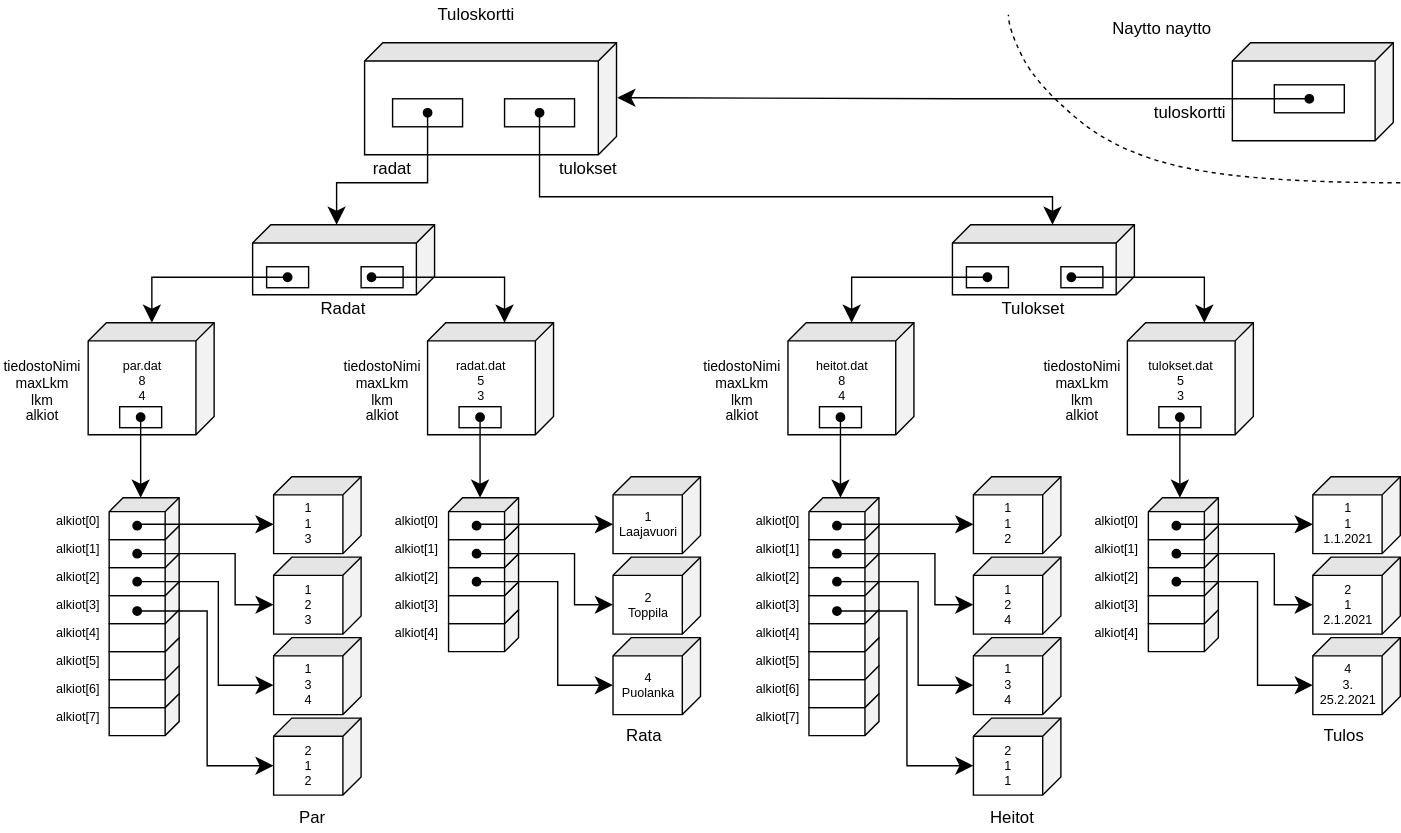
Before: kuvat/ht_datarakenne.svg, a diagram exported from draw.io (peetutah/ohj2). Source tidied: cells renumbered, new cells last; positions are measured from the earlier drawing's top-left corner, leaving out a move shared by most shapes.
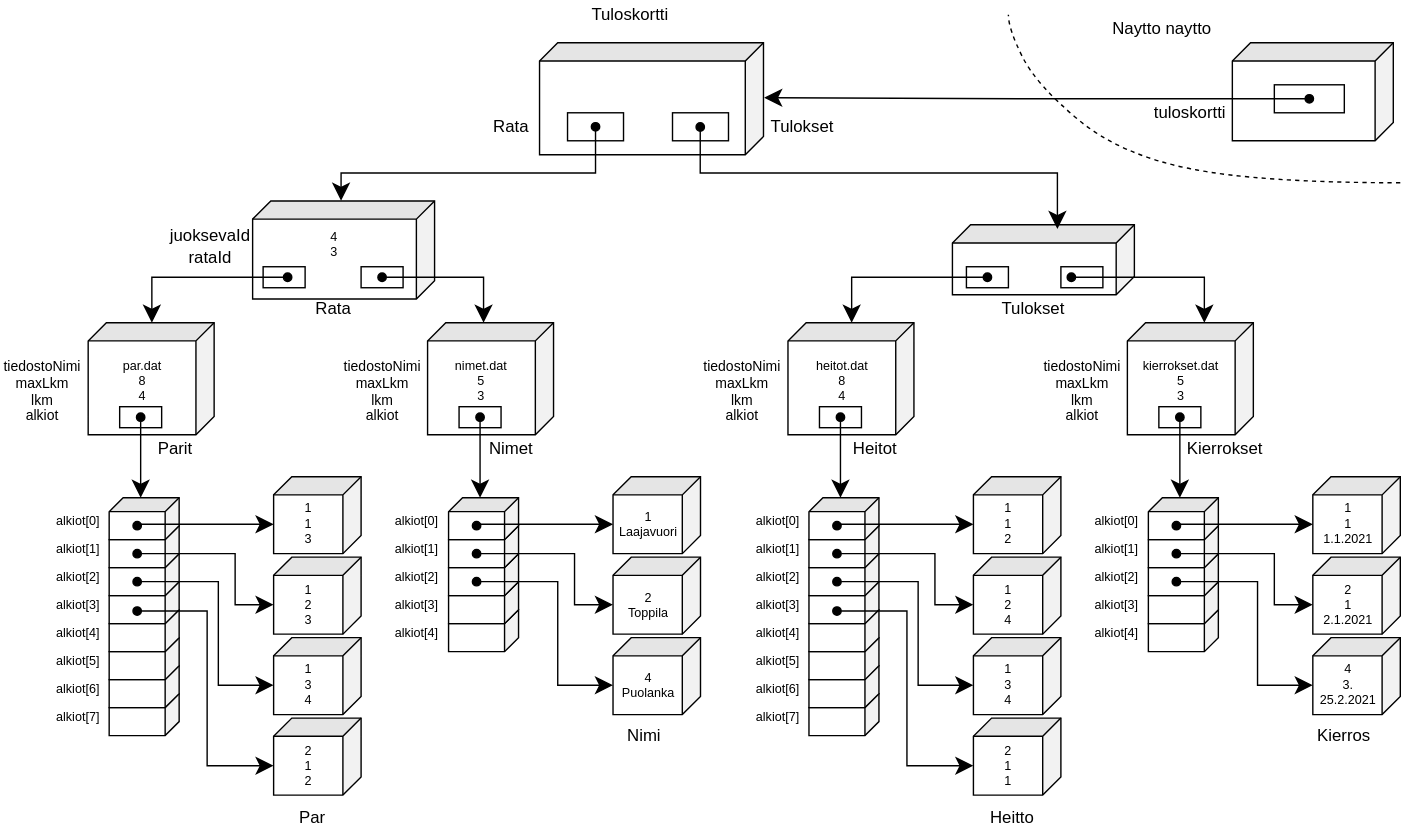
After the commit.

Commit message:
päivitetty tietorakennekuvaa

Change to the diagram source:
```diff
@@ -8,8 +8,8 @@
     <mxCell id="3" value="1&lt;br&gt;3&lt;br&gt;4" style="shape=cube;whiteSpace=wrap;html=1;boundedLbl=1;backgroundOutline=1;darkOpacity=0.05;darkOpacity2=0.1;rounded=1;shadow=0;glass=0;comic=0;fillColor=#ffffff;gradientColor=none;fontSize=9;fontColor=#000000;align=center;noLabel=0;perimeter=rectanglePerimeter;direction=south;size=13;" parent="1" vertex="1">
       <mxGeometry x="195" y="455" width="62.5" height="55" as="geometry" />
     </mxCell>
-    <mxCell id="4" style="shape=cube;whiteSpace=wrap;html=1;boundedLbl=1;backgroundOutline=1;darkOpacity=0.05;darkOpacity2=0.1;rounded=1;shadow=0;glass=0;comic=0;fillColor=#ffffff;gradientColor=none;fontSize=9;fontColor=#000000;align=center;noLabel=0;perimeter=rectanglePerimeter;direction=south;size=13;" parent="1" vertex="1">
-      <mxGeometry x="180" y="160" width="130" height="50" as="geometry" />
+    <mxCell id="4" value="&lt;div&gt;4&lt;/div&gt;&lt;div&gt;3&lt;/div&gt;&lt;div&gt;&lt;br&gt;&lt;/div&gt;&lt;div&gt;&lt;br&gt;&lt;/div&gt;" style="shape=cube;whiteSpace=wrap;html=1;boundedLbl=1;backgroundOutline=1;darkOpacity=0.05;darkOpacity2=0.1;rounded=1;shadow=0;glass=0;comic=0;fillColor=#ffffff;gradientColor=none;fontSize=9;fontColor=#000000;align=center;noLabel=0;perimeter=rectanglePerimeter;direction=south;size=13;" parent="1" vertex="1">
+      <mxGeometry x="180" y="143" width="130" height="70" as="geometry" />
     </mxCell>
     <mxCell id="5" style="shape=cube;whiteSpace=wrap;html=1;boundedLbl=1;backgroundOutline=1;darkOpacity=0.05;darkOpacity2=0.1;rounded=1;shadow=0;glass=0;comic=0;fillColor=#ffffff;gradientColor=none;fontSize=9;fontColor=#000000;align=center;noLabel=0;perimeter=rectanglePerimeter;direction=south;size=10;" parent="1" vertex="1">
       <mxGeometry x="77.5" y="495" width="50" height="30" as="geometry" />
@@ -33,35 +33,14 @@
       <mxGeometry x="77.5" y="375" width="50" height="30" as="geometry" />
     </mxCell>
     <mxCell id="12" style="shape=cube;whiteSpace=wrap;html=1;boundedLbl=1;backgroundOutline=1;darkOpacity=0.05;darkOpacity2=0.1;rounded=1;shadow=0;glass=0;comic=0;fillColor=#ffffff;gradientColor=none;fontSize=9;fontColor=#000000;align=center;noLabel=0;perimeter=rectanglePerimeter;direction=south;size=13;" parent="1" vertex="1">
-      <mxGeometry x="260" y="30" width="180" height="80" as="geometry" />
+      <mxGeometry x="385" y="30" width="160" height="80" as="geometry" />
     </mxCell>
     <mxCell id="13" value="Tuloskortti" style="text;html=1;strokeColor=none;fillColor=none;align=center;verticalAlign=middle;whiteSpace=wrap;rounded=0;" parent="1" vertex="1">
-      <mxGeometry x="320" width="40" height="20" as="geometry" />
+      <mxGeometry x="430" width="40" height="20" as="geometry" />
     </mxCell>
     <mxCell id="14" style="rounded=0;whiteSpace=wrap;html=1;" parent="1" vertex="1">
-      <mxGeometry x="280" y="70" width="50" height="20" as="geometry" />
+      <mxGeometry x="405" y="80" width="40" height="20" as="geometry" />
     </mxCell>
-    <mxCell id="15" style="rounded=0;whiteSpace=wrap;html=1;" parent="1" vertex="1">
-      <mxGeometry x="360" y="70" width="50" height="20" as="geometry" />
-    </mxCell>
-    <mxCell id="16" style="edgeStyle=orthogonalEdgeStyle;rounded=0;html=1;jettySize=auto;endSize=10;startArrow=oval;startFill=1;entryX=0;entryY=0;entryDx=0;entryDy=58.5;entryPerimeter=0;" parent="1" edge="1" target="80">
-      <mxGeometry relative="1" as="geometry">
-        <mxPoint x="385" y="80" as="sourcePoint" />
-        <Array as="points">
-          <mxPoint x="385" y="140" />
-          <mxPoint x="752" y="140" />
-        </Array>
-      </mxGeometry>
-    </mxCell>
-    <mxCell id="17" style="edgeStyle=orthogonalEdgeStyle;rounded=0;html=1;jettySize=auto;endSize=10;startArrow=oval;startFill=1;exitX=0.5;exitY=0.5;exitDx=0;exitDy=0;exitPerimeter=0;" parent="1" edge="1" source="14">
-      <mxGeometry relative="1" as="geometry">
-        <mxPoint x="240" y="160" as="targetPoint" />
-        <Array as="points">
-          <mxPoint x="305" y="130" />
-          <mxPoint x="240" y="130" />
-        </Array>
-      </mxGeometry>
-    </mxCell>
     <mxCell id="18" style="shape=cube;whiteSpace=wrap;html=1;boundedLbl=1;backgroundOutline=1;darkOpacity=0.05;darkOpacity2=0.1;rounded=1;shadow=0;glass=0;comic=0;fillColor=#ffffff;gradientColor=none;fontSize=9;fontColor=#000000;align=center;noLabel=0;perimeter=rectanglePerimeter;direction=south;size=10;" parent="1" vertex="1">
       <mxGeometry x="77.5" y="355" width="50" height="30" as="geometry" />
     </mxCell>
@@ -88,12 +67,6 @@
     <mxCell id="25" value="tuloskortti" style="text;html=1;strokeColor=none;fillColor=none;align=center;verticalAlign=middle;whiteSpace=wrap;rounded=0;" parent="1" vertex="1">
       <mxGeometry x="830" y="70" width="40" height="20" as="geometry" />
     </mxCell>
-    <mxCell id="26" value="radat" style="text;html=1;strokeColor=none;fillColor=none;align=center;verticalAlign=middle;whiteSpace=wrap;rounded=0;" parent="1" vertex="1">
-      <mxGeometry x="260" y="110" width="40" height="20" as="geometry" />
-    </mxCell>
-    <mxCell id="27" value="tulokset&lt;br&gt;" style="text;html=1;strokeColor=none;fillColor=none;align=center;verticalAlign=middle;whiteSpace=wrap;rounded=0;" parent="1" vertex="1">
-      <mxGeometry x="385" y="110" width="70" height="20" as="geometry" />
-    </mxCell>
     <mxCell id="28" style="curved=1;endArrow=none;html=1;fontSize=9;fontColor=#000000;dashed=1;endFill=0;" parent="1" edge="1">
       <mxGeometry relative="1" as="geometry">
         <mxPoint x="1000" y="130" as="sourcePoint" />
@@ -110,31 +83,15 @@
     <mxCell id="29" value="par.dat&lt;br&gt;8&lt;br&gt;4&lt;br&gt;&lt;br&gt;" style="shape=cube;whiteSpace=wrap;html=1;boundedLbl=1;backgroundOutline=1;darkOpacity=0.05;darkOpacity2=0.1;rounded=1;shadow=0;glass=0;comic=0;fillColor=#ffffff;gradientColor=none;fontSize=9;fontColor=#000000;align=center;noLabel=0;perimeter=rectanglePerimeter;direction=south;size=13;" parent="1" vertex="1">
       <mxGeometry x="62.5" y="230" width="90" height="80" as="geometry" />
     </mxCell>
-    <mxCell id="30" value="Radat" style="text;html=1;strokeColor=none;fillColor=none;align=center;verticalAlign=middle;whiteSpace=wrap;rounded=0;" parent="1" vertex="1">
-      <mxGeometry x="225" y="210" width="40" height="20" as="geometry" />
+    <mxCell id="30" value="&lt;div&gt;Rata&lt;/div&gt;" style="text;html=1;strokeColor=none;fillColor=none;align=center;verticalAlign=middle;whiteSpace=wrap;rounded=0;" parent="1" vertex="1">
+      <mxGeometry x="217.5" y="210" width="40" height="20" as="geometry" />
     </mxCell>
     <mxCell id="31" style="rounded=0;whiteSpace=wrap;html=1;shadow=0;glass=0;comic=0;fontSize=10;align=left;fillColor=#ffffff;strokeColor=#000000;" parent="1" vertex="1">
-      <mxGeometry x="190" y="190" width="30" height="15" as="geometry" />
+      <mxGeometry x="187.5" y="190" width="30" height="15" as="geometry" />
     </mxCell>
-    <mxCell id="32" style="edgeStyle=orthogonalEdgeStyle;rounded=0;html=1;jettySize=auto;endSize=10;startArrow=oval;startFill=1;" parent="1" edge="1" target="29">
-      <mxGeometry relative="1" as="geometry">
-        <mxPoint x="205" y="197.5" as="sourcePoint" />
-        <Array as="points">
-          <mxPoint x="108" y="198" />
-        </Array>
-      </mxGeometry>
-    </mxCell>
     <mxCell id="33" style="rounded=0;whiteSpace=wrap;html=1;shadow=0;glass=0;comic=0;fontSize=10;align=left;fillColor=#ffffff;strokeColor=#000000;" parent="1" vertex="1">
       <mxGeometry x="257.5" y="190" width="30" height="15" as="geometry" />
     </mxCell>
-    <mxCell id="34" style="edgeStyle=orthogonalEdgeStyle;rounded=0;html=1;jettySize=auto;endSize=10;startArrow=oval;startFill=1;entryX=0;entryY=0.389;entryDx=0;entryDy=0;entryPerimeter=0;" parent="1" edge="1" target="62">
-      <mxGeometry relative="1" as="geometry">
-        <mxPoint x="265" y="197.5" as="sourcePoint" />
-        <Array as="points">
-          <mxPoint x="360" y="198" />
-        </Array>
-      </mxGeometry>
-    </mxCell>
     <mxCell id="35" value="1&lt;br&gt;2&lt;br&gt;3" style="shape=cube;whiteSpace=wrap;html=1;boundedLbl=1;backgroundOutline=1;darkOpacity=0.05;darkOpacity2=0.1;rounded=1;shadow=0;glass=0;comic=0;fillColor=#ffffff;gradientColor=none;fontSize=9;fontColor=#000000;align=center;noLabel=0;perimeter=rectanglePerimeter;direction=south;size=13;" parent="1" vertex="1">
       <mxGeometry x="195" y="397.5" width="62.5" height="55" as="geometry" />
     </mxCell>
@@ -244,10 +201,10 @@
     <mxCell id="60" value="1&lt;br&gt;Laajavuori" style="shape=cube;whiteSpace=wrap;html=1;boundedLbl=1;backgroundOutline=1;darkOpacity=0.05;darkOpacity2=0.1;rounded=1;shadow=0;glass=0;comic=0;fillColor=#ffffff;gradientColor=none;fontSize=9;fontColor=#000000;align=center;noLabel=0;perimeter=rectanglePerimeter;direction=south;size=13;" parent="1" vertex="1">
       <mxGeometry x="437.5" y="340" width="62.5" height="55" as="geometry" />
     </mxCell>
-    <mxCell id="61" value="Rata" style="text;html=1;strokeColor=none;fillColor=none;align=center;verticalAlign=middle;whiteSpace=wrap;rounded=0;" parent="1" vertex="1">
+    <mxCell id="61" value="Nimi" style="text;html=1;strokeColor=none;fillColor=none;align=center;verticalAlign=middle;whiteSpace=wrap;rounded=0;" parent="1" vertex="1">
       <mxGeometry x="440" y="515" width="40" height="20" as="geometry" />
     </mxCell>
-    <mxCell id="62" value="radat.dat&lt;br&gt;5&lt;br&gt;3&lt;br&gt;&lt;br&gt;" style="shape=cube;whiteSpace=wrap;html=1;boundedLbl=1;backgroundOutline=1;darkOpacity=0.05;darkOpacity2=0.1;rounded=1;shadow=0;glass=0;comic=0;fillColor=#ffffff;gradientColor=none;fontSize=9;fontColor=#000000;align=center;noLabel=0;perimeter=rectanglePerimeter;direction=south;size=13;" parent="1" vertex="1">
+    <mxCell id="62" value="nimet.dat&lt;br&gt;5&lt;br&gt;3&lt;br&gt;&lt;br&gt;" style="shape=cube;whiteSpace=wrap;html=1;boundedLbl=1;backgroundOutline=1;darkOpacity=0.05;darkOpacity2=0.1;rounded=1;shadow=0;glass=0;comic=0;fillColor=#ffffff;gradientColor=none;fontSize=9;fontColor=#000000;align=center;noLabel=0;perimeter=rectanglePerimeter;direction=south;size=13;" parent="1" vertex="1">
       <mxGeometry x="305" y="230" width="90" height="80" as="geometry" />
     </mxCell>
     <mxCell id="63" value="2&lt;br&gt;Toppila" style="shape=cube;whiteSpace=wrap;html=1;boundedLbl=1;backgroundOutline=1;darkOpacity=0.05;darkOpacity2=0.1;rounded=1;shadow=0;glass=0;comic=0;fillColor=#ffffff;gradientColor=none;fontSize=9;fontColor=#000000;align=center;noLabel=0;perimeter=rectanglePerimeter;direction=south;size=13;" parent="1" vertex="1">
@@ -355,7 +312,7 @@
     <mxCell id="89" value="1&lt;br&gt;1&lt;br&gt;2" style="shape=cube;whiteSpace=wrap;html=1;boundedLbl=1;backgroundOutline=1;darkOpacity=0.05;darkOpacity2=0.1;rounded=1;shadow=0;glass=0;comic=0;fillColor=#ffffff;gradientColor=none;fontSize=9;fontColor=#000000;align=center;noLabel=0;perimeter=rectanglePerimeter;direction=south;size=13;" parent="1" vertex="1">
       <mxGeometry x="695" y="340" width="62.5" height="55" as="geometry" />
     </mxCell>
-    <mxCell id="90" value="Heitot" style="text;html=1;strokeColor=none;fillColor=none;align=center;verticalAlign=middle;whiteSpace=wrap;rounded=0;" parent="1" vertex="1">
+    <mxCell id="90" value="Heitto" style="text;html=1;strokeColor=none;fillColor=none;align=center;verticalAlign=middle;whiteSpace=wrap;rounded=0;" parent="1" vertex="1">
       <mxGeometry x="702.5" y="574" width="40" height="20" as="geometry" />
     </mxCell>
     <mxCell id="91" value="heitot.dat&lt;br&gt;8&lt;br&gt;4&lt;br&gt;&lt;br&gt;" style="shape=cube;whiteSpace=wrap;html=1;boundedLbl=1;backgroundOutline=1;darkOpacity=0.05;darkOpacity2=0.1;rounded=1;shadow=0;glass=0;comic=0;fillColor=#ffffff;gradientColor=none;fontSize=9;fontColor=#000000;align=center;noLabel=0;perimeter=rectanglePerimeter;direction=south;size=13;" parent="1" vertex="1">
@@ -495,10 +452,10 @@
     <mxCell id="122" value="1&lt;br&gt;1&lt;br&gt;1.1.2021" style="shape=cube;whiteSpace=wrap;html=1;boundedLbl=1;backgroundOutline=1;darkOpacity=0.05;darkOpacity2=0.1;rounded=1;shadow=0;glass=0;comic=0;fillColor=#ffffff;gradientColor=none;fontSize=9;fontColor=#000000;align=center;noLabel=0;perimeter=rectanglePerimeter;direction=south;size=13;" parent="1" vertex="1">
       <mxGeometry x="937.5" y="340" width="62.5" height="55" as="geometry" />
     </mxCell>
-    <mxCell id="123" value="Tulos" style="text;html=1;strokeColor=none;fillColor=none;align=center;verticalAlign=middle;whiteSpace=wrap;rounded=0;" parent="1" vertex="1">
+    <mxCell id="123" value="Kierros" style="text;html=1;strokeColor=none;fillColor=none;align=center;verticalAlign=middle;whiteSpace=wrap;rounded=0;" parent="1" vertex="1">
       <mxGeometry x="940" y="515" width="40" height="20" as="geometry" />
     </mxCell>
-    <mxCell id="124" value="tulokset.dat&lt;br&gt;5&lt;br&gt;3&lt;br&gt;&lt;br&gt;" style="shape=cube;whiteSpace=wrap;html=1;boundedLbl=1;backgroundOutline=1;darkOpacity=0.05;darkOpacity2=0.1;rounded=1;shadow=0;glass=0;comic=0;fillColor=#ffffff;gradientColor=none;fontSize=9;fontColor=#000000;align=center;noLabel=0;perimeter=rectanglePerimeter;direction=south;size=13;" parent="1" vertex="1">
+    <mxCell id="124" value="kierrokset.dat&lt;br&gt;5&lt;br&gt;3&lt;br&gt;&lt;br&gt;" style="shape=cube;whiteSpace=wrap;html=1;boundedLbl=1;backgroundOutline=1;darkOpacity=0.05;darkOpacity2=0.1;rounded=1;shadow=0;glass=0;comic=0;fillColor=#ffffff;gradientColor=none;fontSize=9;fontColor=#000000;align=center;noLabel=0;perimeter=rectanglePerimeter;direction=south;size=13;" parent="1" vertex="1">
       <mxGeometry x="805" y="230" width="90" height="80" as="geometry" />
     </mxCell>
     <mxCell id="125" value="2&lt;br&gt;1&lt;br&gt;2.1.2021" style="shape=cube;whiteSpace=wrap;html=1;boundedLbl=1;backgroundOutline=1;darkOpacity=0.05;darkOpacity2=0.1;rounded=1;shadow=0;glass=0;comic=0;fillColor=#ffffff;gradientColor=none;fontSize=9;fontColor=#000000;align=center;noLabel=0;perimeter=rectanglePerimeter;direction=south;size=13;" parent="1" vertex="1">
@@ -570,5 +527,69 @@
     <mxCell id="139" value="&lt;font size=&quot;1&quot;&gt;alkiot&lt;/font&gt;" style="text;html=1;strokeColor=none;fillColor=none;align=center;verticalAlign=middle;whiteSpace=wrap;rounded=0;" parent="1" vertex="1">
       <mxGeometry x="742.5" y="290" width="60" height="12" as="geometry" />
     </mxCell>
+    <mxCell id="140" value="Parit" style="text;html=1;strokeColor=none;fillColor=none;align=center;verticalAlign=middle;whiteSpace=wrap;rounded=0;" parent="1" vertex="1">
+      <mxGeometry x="105" y="310" width="40" height="20" as="geometry" />
+    </mxCell>
+    <mxCell id="141" value="Nimet" style="text;html=1;strokeColor=none;fillColor=none;align=center;verticalAlign=middle;whiteSpace=wrap;rounded=0;" parent="1" vertex="1">
+      <mxGeometry x="345" y="310" width="40" height="20" as="geometry" />
+    </mxCell>
+    <mxCell id="142" value="Heitot" style="text;html=1;strokeColor=none;fillColor=none;align=center;verticalAlign=middle;whiteSpace=wrap;rounded=0;" parent="1" vertex="1">
+      <mxGeometry x="605" y="310" width="40" height="20" as="geometry" />
+    </mxCell>
+    <mxCell id="143" value="Kierrokset" style="text;html=1;strokeColor=none;fillColor=none;align=center;verticalAlign=middle;whiteSpace=wrap;rounded=0;" parent="1" vertex="1">
+      <mxGeometry x="845" y="310" width="60" height="20" as="geometry" />
+    </mxCell>
+    <mxCell id="144" value="&lt;div&gt;juoksevaId&lt;/div&gt;" style="text;html=1;strokeColor=none;fillColor=none;align=center;verticalAlign=middle;whiteSpace=wrap;rounded=0;" parent="1" vertex="1">
+      <mxGeometry x="120" y="160" width="60" height="16" as="geometry" />
+    </mxCell>
+    <mxCell id="145" value="rataId" style="text;html=1;strokeColor=none;fillColor=none;align=center;verticalAlign=middle;whiteSpace=wrap;rounded=0;" parent="1" vertex="1">
+      <mxGeometry x="120" y="176" width="60" height="16" as="geometry" />
+    </mxCell>
+    <mxCell id="146" style="edgeStyle=orthogonalEdgeStyle;rounded=0;html=1;jettySize=auto;orthogonalLoop=1;endSize=10;startArrow=oval;startFill=1;" parent="1" edge="1">
+      <mxGeometry relative="1" as="geometry">
+        <mxPoint x="205" y="197.5" as="sourcePoint" />
+        <mxPoint x="108" y="230" as="targetPoint" />
+        <Array as="points">
+          <mxPoint x="108" y="198" />
+        </Array>
+      </mxGeometry>
+    </mxCell>
+    <mxCell id="147" style="edgeStyle=orthogonalEdgeStyle;rounded=0;html=1;jettySize=auto;orthogonalLoop=1;endSize=10;startArrow=oval;startFill=1;" parent="1" edge="1">
+      <mxGeometry relative="1" as="geometry">
+        <mxPoint x="272.5" y="197.5" as="sourcePoint" />
+        <mxPoint x="345" y="230" as="targetPoint" />
+        <Array as="points">
+          <mxPoint x="345" y="198" />
+          <mxPoint x="345" y="230" />
+        </Array>
+      </mxGeometry>
+    </mxCell>
+    <mxCell id="148" value="&lt;div&gt;Rata&lt;/div&gt;" style="text;html=1;strokeColor=none;fillColor=none;align=center;verticalAlign=middle;whiteSpace=wrap;rounded=0;" parent="1" vertex="1">
+      <mxGeometry x="345" y="80" width="40" height="20" as="geometry" />
+    </mxCell>
+    <mxCell id="149" value="Tulokset" style="text;html=1;strokeColor=none;fillColor=none;align=center;verticalAlign=middle;whiteSpace=wrap;rounded=0;" parent="1" vertex="1">
+      <mxGeometry x="537.5" y="80" width="70" height="20" as="geometry" />
+    </mxCell>
+    <mxCell id="150" style="edgeStyle=orthogonalEdgeStyle;rounded=0;html=1;jettySize=auto;endSize=10;startArrow=oval;startFill=1;jumpSize=1;entryX=-0.002;entryY=0.514;entryDx=0;entryDy=0;entryPerimeter=0;" parent="1" edge="1" target="4">
+      <mxGeometry relative="1" as="geometry">
+        <mxPoint x="425" y="90" as="sourcePoint" />
+        <Array as="points">
+          <mxPoint x="425" y="123" />
+          <mxPoint x="243" y="123" />
+        </Array>
+      </mxGeometry>
+    </mxCell>
+    <mxCell id="151" style="rounded=0;whiteSpace=wrap;html=1;" parent="1" vertex="1">
+      <mxGeometry x="480" y="80" width="40" height="20" as="geometry" />
+    </mxCell>
+    <mxCell id="152" style="edgeStyle=orthogonalEdgeStyle;rounded=0;html=1;jettySize=auto;endSize=10;startArrow=oval;startFill=1;jumpSize=1;entryX=0.06;entryY=0.423;entryDx=0;entryDy=0;entryPerimeter=0;" parent="1" edge="1" target="80">
+      <mxGeometry relative="1" as="geometry">
+        <mxPoint x="499.8" y="90.1" as="sourcePoint" />
+        <Array as="points">
+          <mxPoint x="500" y="123" />
+          <mxPoint x="755" y="123" />
+        </Array>
+      </mxGeometry>
+    </mxCell>
   </root>
 </mxGraphModel>
```
